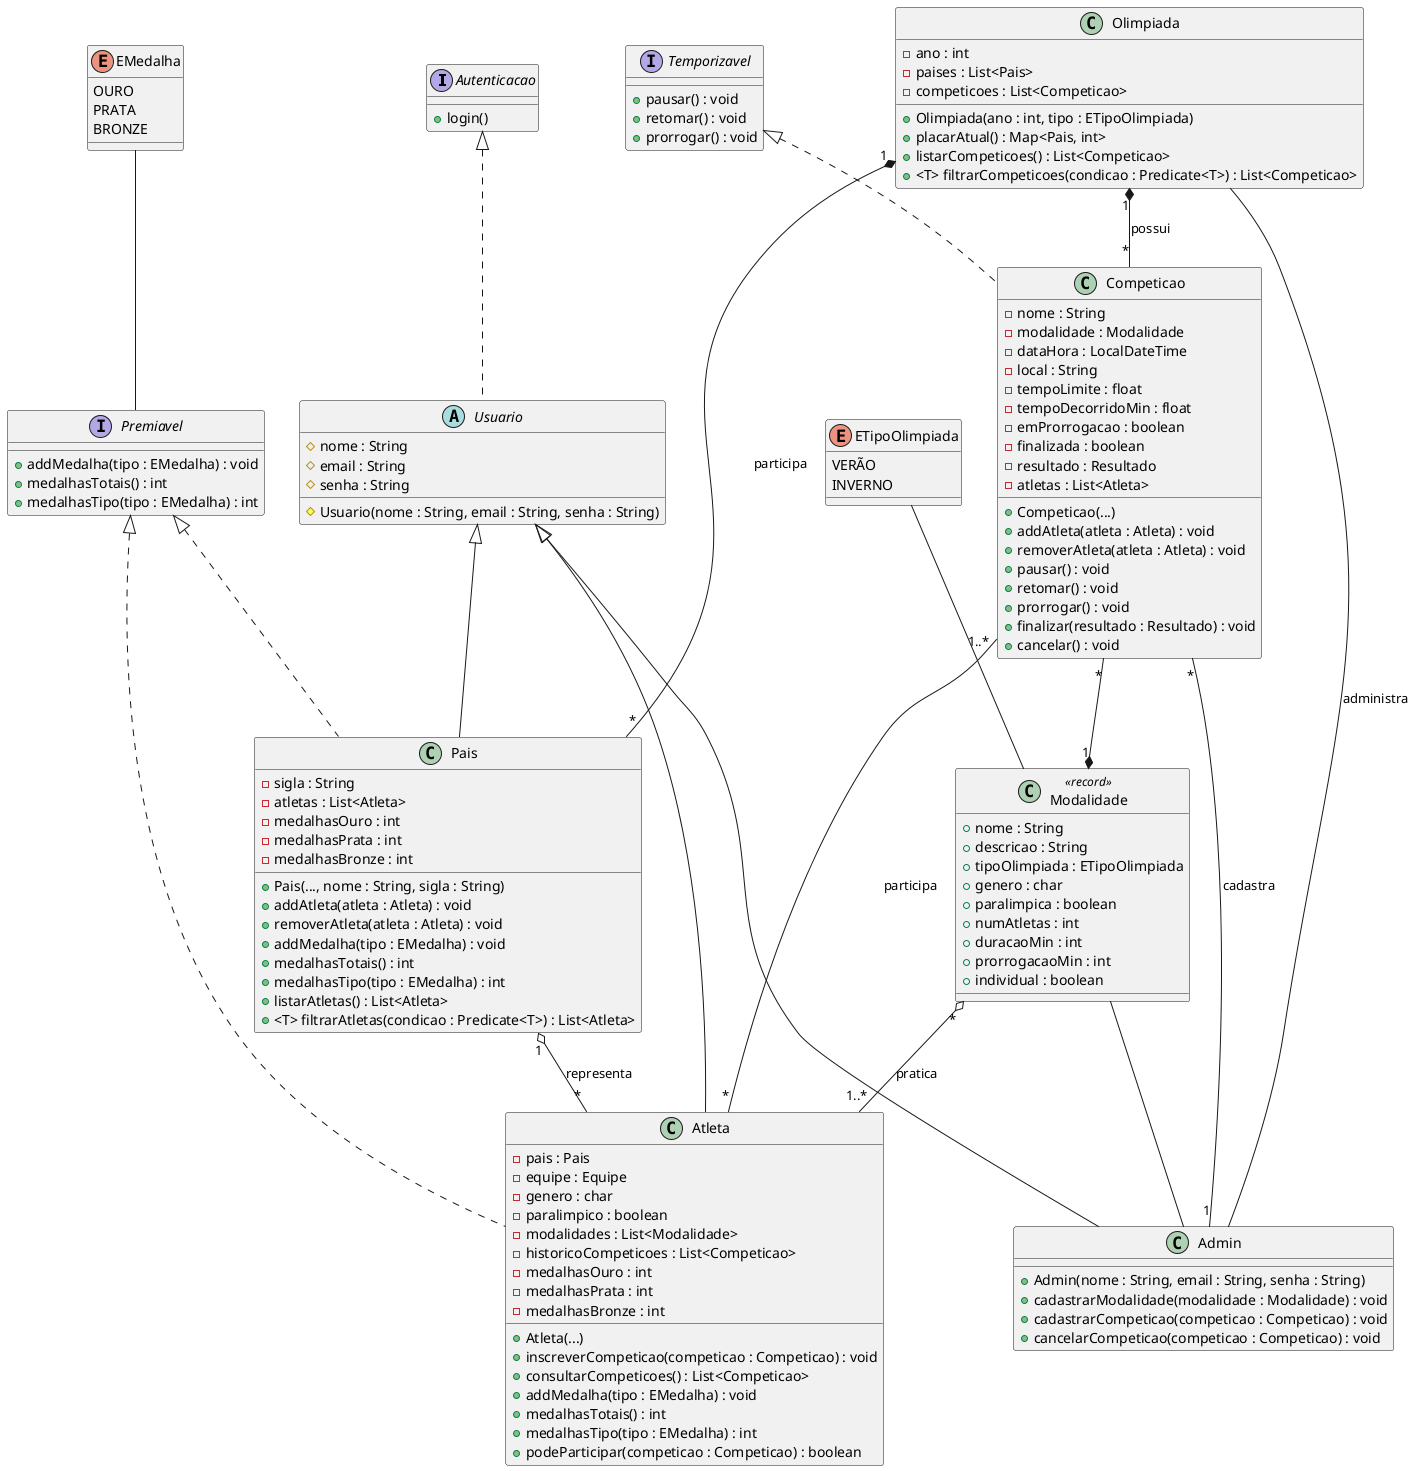
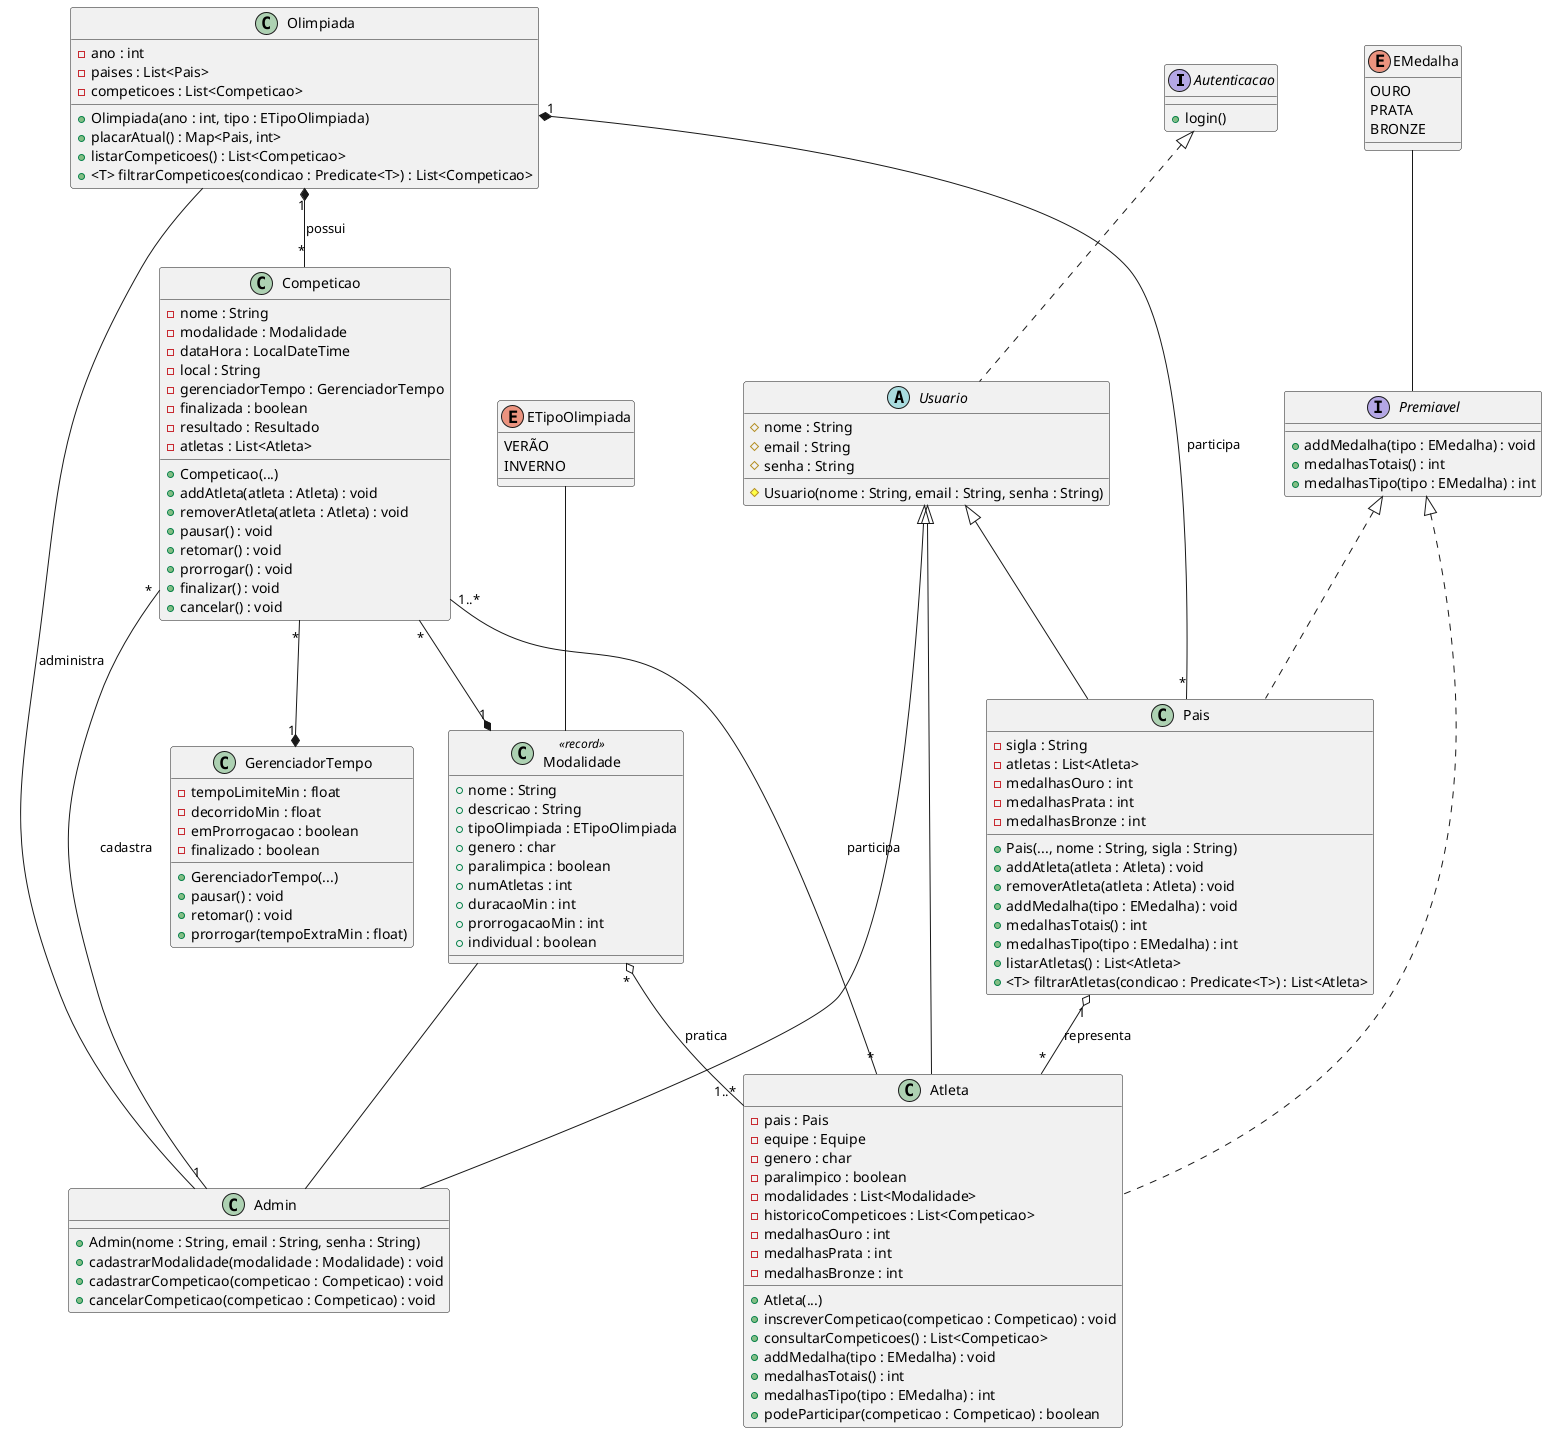
@startuml diagrama-classe
interface Autenticacao {
    + login()
}
Autenticacao <|.. Usuario

abstract class Usuario {
    # nome : String
    # email : String
    # senha : String
    # Usuario(nome : String, email : String, senha : String)
}

class Admin {
    + Admin(nome : String, email : String, senha : String)
    + cadastrarModalidade(modalidade : Modalidade) : void
    + cadastrarCompeticao(competicao : Competicao) : void
    + cancelarCompeticao(competicao : Competicao) : void
}
Usuario <|-- Admin

interface Premiavel {
    + addMedalha(tipo : EMedalha) : void
    + medalhasTotais() : int
    + medalhasTipo(tipo : EMedalha) : int
}
Premiavel <|.. Pais
Premiavel <|.. Atleta

class Pais {
    - sigla : String
    - atletas : List<Atleta>
    - medalhasOuro : int
    - medalhasPrata : int
    - medalhasBronze : int
    + Pais(..., nome : String, sigla : String)
    + addAtleta(atleta : Atleta) : void
    + removerAtleta(atleta : Atleta) : void
    + addMedalha(tipo : EMedalha) : void
    + medalhasTotais() : int
    + medalhasTipo(tipo : EMedalha) : int
    + listarAtletas() : List<Atleta>
    + <T> filtrarAtletas(condicao : Predicate<T>) : List<Atleta>
}
Usuario <|-- Pais

class Atleta {
    - pais : Pais
    - equipe : Equipe
    - genero : char
    - paralimpico : boolean
    - modalidades : List<Modalidade>
    - historicoCompeticoes : List<Competicao>
    - medalhasOuro : int
    - medalhasPrata : int
    - medalhasBronze : int
    + Atleta(...)
    + inscreverCompeticao(competicao : Competicao) : void
    + consultarCompeticoes() : List<Competicao>
    + addMedalha(tipo : EMedalha) : void
    + medalhasTotais() : int
    + medalhasTipo(tipo : EMedalha) : int
    + podeParticipar(competicao : Competicao) : boolean
}
Usuario <|-- Atleta
Pais "1" o-- "*" Atleta : representa

class Modalidade <<record>>{
    + nome : String
    + descricao : String
    + tipoOlimpiada : ETipoOlimpiada
    + genero : char
    + paralimpica : boolean
    + numAtletas : int
    + duracaoMin : int
    + prorrogacaoMin : int
    + individual : boolean
}
Modalidade -- Admin
Modalidade "*" o-- "1..*" Atleta : pratica

- interface Temporizavel {
+ class GerenciadorTempo {
+     - tempoLimiteMin : float
+     - decorridoMin : float
+     - emProrrogacao : boolean
+     - finalizado : boolean
+     + GerenciadorTempo(...)
    + pausar() : void
    + retomar() : void
-     + prorrogar() : void
+     + prorrogar(tempoExtraMin : float)
}
- Temporizavel <|.. Competicao

class Competicao {
    - nome : String
    - modalidade : Modalidade
    - dataHora : LocalDateTime
    - local : String
-     - tempoLimite : float
-     - tempoDecorridoMin : float
-     - emProrrogacao : boolean
+     - gerenciadorTempo : GerenciadorTempo
    - finalizada : boolean
    - resultado : Resultado
    - atletas : List<Atleta>
    + Competicao(...)
    + addAtleta(atleta : Atleta) : void
    + removerAtleta(atleta : Atleta) : void
    + pausar() : void
    + retomar() : void
    + prorrogar() : void
-     + finalizar(resultado : Resultado) : void
+     + finalizar() : void
    + cancelar() : void
}
+ Competicao "*" --* "1" GerenciadorTempo
Competicao "*" --* "1" Modalidade
Competicao "*" -- "1" Admin : cadastra
Competicao "1..*" -- "*" Atleta : participa

enum EMedalha {
    OURO
    PRATA
    BRONZE
}
EMedalha -- Premiavel

class Olimpiada {
    - ano : int
    - paises : List<Pais>
    - competicoes : List<Competicao>
    + Olimpiada(ano : int, tipo : ETipoOlimpiada)
    + placarAtual() : Map<Pais, int>
    + listarCompeticoes() : List<Competicao>
    + <T> filtrarCompeticoes(condicao : Predicate<T>) : List<Competicao>
}
Olimpiada "1" *-- "*" Pais : participa
Olimpiada "1" *-- "*" Competicao : possui
Olimpiada -- Admin : administra

enum ETipoOlimpiada {
    VERÃO
    INVERNO
}
ETipoOlimpiada -- Modalidade

@enduml